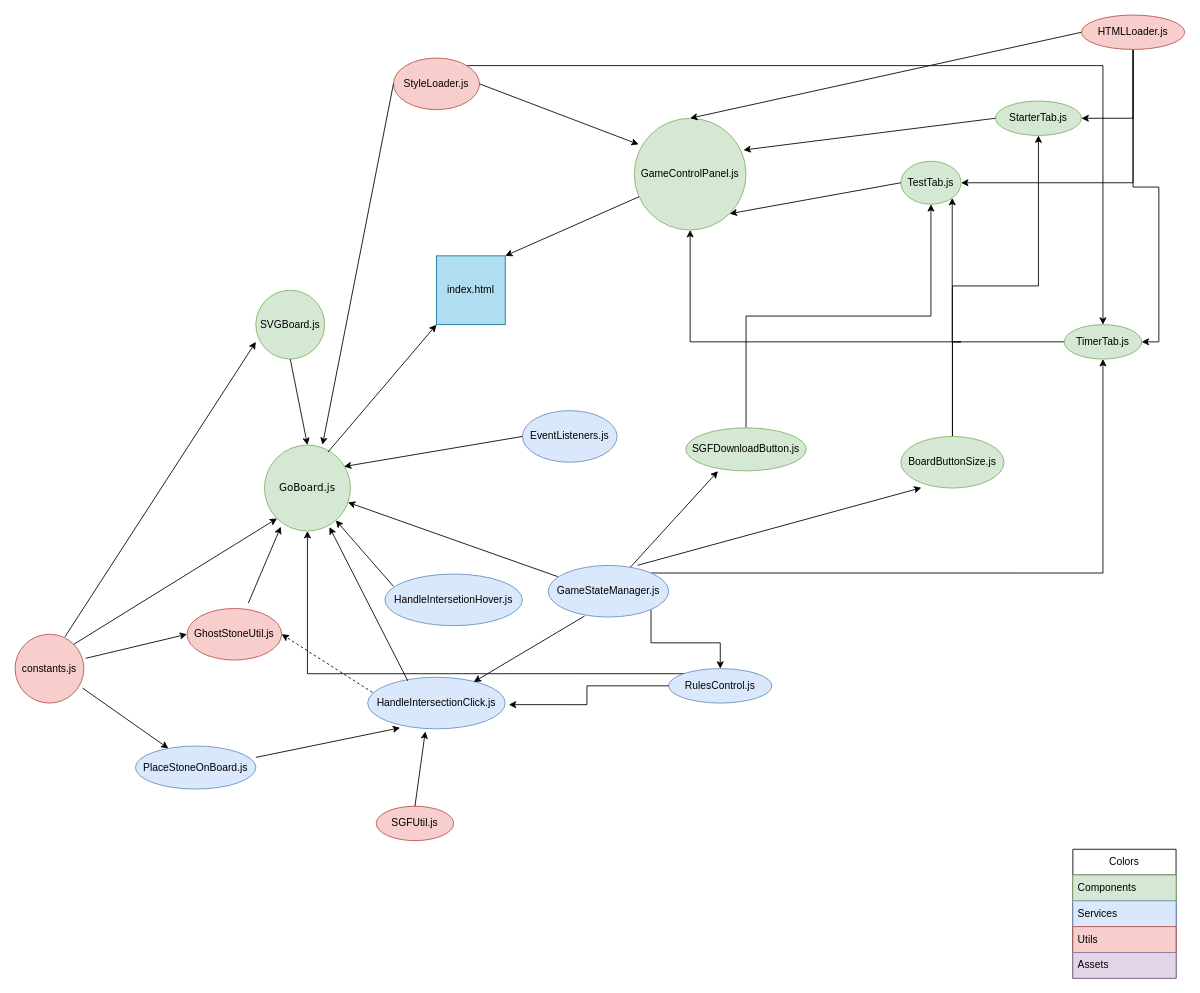
enokiLucas/Diagrams keeps this draw.io diagram as WebGo.drawio. Above is the earlier version. Source tidied: cells renumbered, new cells numbered last; positions are measured from the earlier drawing's top-left corner, leaving out a move shared by most shapes. Both pictures are drawn from the tidied source at 86%, with x=0, y=0 at pixel (15, 15).
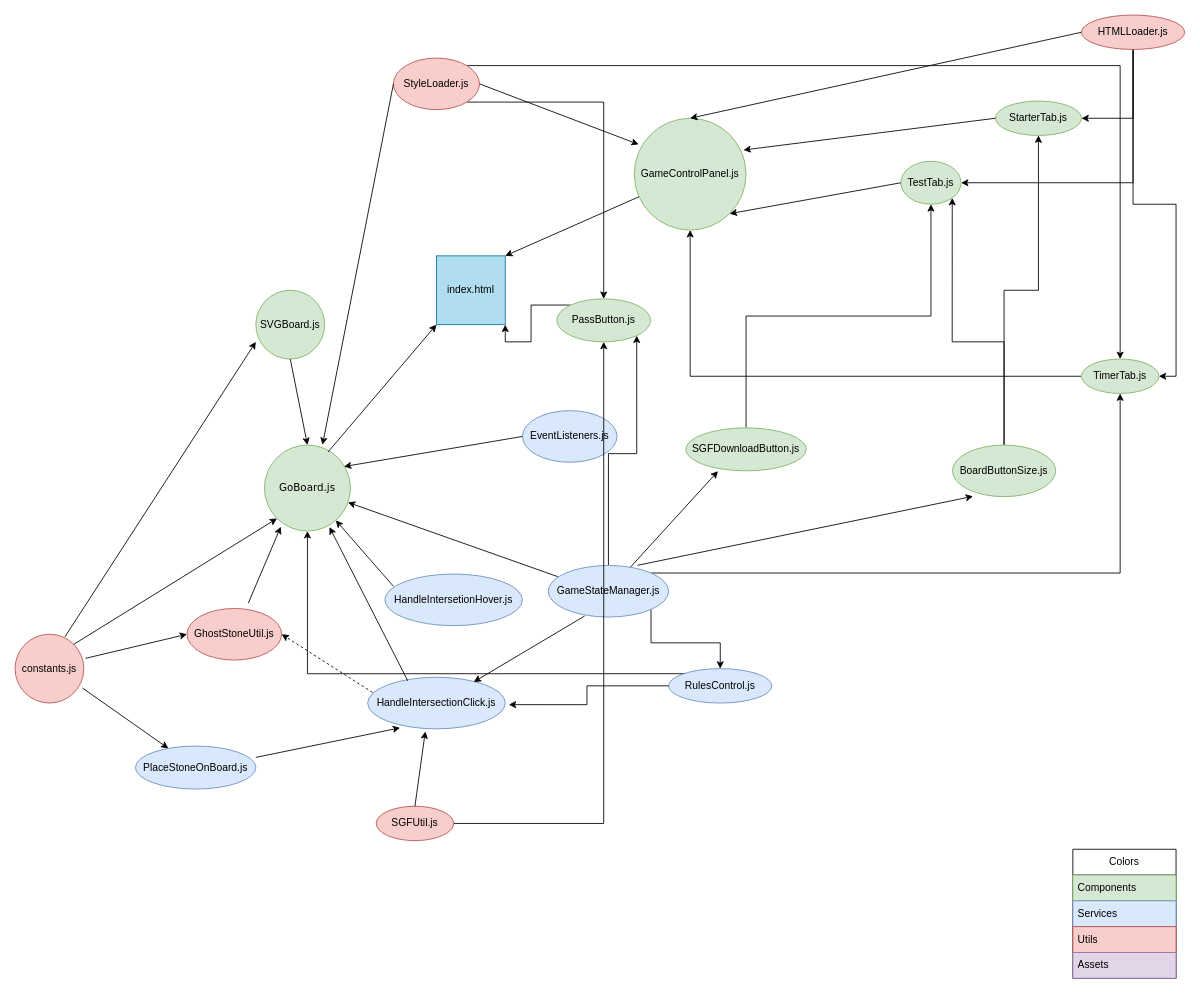
The same diagram, later.

Unchanged cells that the change refers to:
```xml
<mxCell id="11" value="index.html" style="whiteSpace=wrap;html=1;fillColor=#b1ddf0;strokeColor=#10739e;" parent="1" vertex="1">
  <mxGeometry x="490" y="280" width="80" height="80" as="geometry" />
</mxCell>
<mxCell id="17" value="StyleLoader.js" style="ellipse;whiteSpace=wrap;html=1;fillColor=#f8cecc;strokeColor=#b85450;" parent="1" vertex="1">
  <mxGeometry x="440" y="50" width="100" height="60" as="geometry" />
</mxCell>
<mxCell id="29" value="GameStateManager.js" style="ellipse;whiteSpace=wrap;html=1;fillColor=#dae8fc;strokeColor=#6c8ebf;" parent="1" vertex="1">
  <mxGeometry x="620" y="640" width="140" height="60" as="geometry" />
</mxCell>
<mxCell id="39" value="SGFUtil.js" style="ellipse;whiteSpace=wrap;html=1;fillColor=#f8cecc;strokeColor=#b85450;" parent="1" vertex="1">
  <mxGeometry x="420" y="920" width="90" height="40" as="geometry" />
</mxCell>
```

What changed in the source:
```diff
@@
     <mxCell id="15" value="BoardButtonSize.js" style="ellipse;whiteSpace=wrap;html=1;fillColor=#d5e8d4;strokeColor=#82b366;" parent="1" vertex="1">
-      <mxGeometry x="1030" y="490" width="120" height="60" as="geometry" />
+      <mxGeometry x="1090" y="500" width="120" height="60" as="geometry" />
     </mxCell>
@@
+    <mxCell id="62" style="edgeStyle=orthogonalEdgeStyle;rounded=0;jettySize=auto;html=1;exitX=1;exitY=1;exitDx=0;exitDy=0;entryX=0.5;entryY=0;entryDx=0;entryDy=0;" parent="1" edge="1" source="17" target="66">
+      <mxGeometry relative="1" as="geometry" />
+    </mxCell>
@@
+    <mxCell id="63" style="edgeStyle=orthogonalEdgeStyle;rounded=0;jettySize=auto;html=1;exitX=0.5;exitY=0;exitDx=0;exitDy=0;entryX=1;entryY=1;entryDx=0;entryDy=0;" parent="1" edge="1" source="29" target="66">
+      <mxGeometry relative="1" as="geometry" />
+    </mxCell>
@@
+    <mxCell id="64" style="edgeStyle=orthogonalEdgeStyle;rounded=0;jettySize=auto;html=1;exitX=1;exitY=0.5;exitDx=0;exitDy=0;" parent="1" edge="1" source="39" target="66">
+      <mxGeometry relative="1" as="geometry" />
+    </mxCell>
@@
     <mxCell id="58" value="TimerTab.js" style="ellipse;whiteSpace=wrap;html=1;fillColor=#d5e8d4;strokeColor=#82b366;" parent="1" vertex="1">
-      <mxGeometry x="1220" y="360" width="90" height="40" as="geometry" />
+      <mxGeometry x="1240" y="400" width="90" height="40" as="geometry" />
     </mxCell>
@@
+    <mxCell id="65" style="edgeStyle=orthogonalEdgeStyle;rounded=0;jettySize=auto;html=1;exitX=0;exitY=0;exitDx=0;exitDy=0;entryX=1;entryY=1;entryDx=0;entryDy=0;" parent="1" edge="1" source="66" target="11">
+      <mxGeometry relative="1" as="geometry" />
+    </mxCell>
+    <mxCell id="66" value="PassButton.js" style="ellipse;whiteSpace=wrap;html=1;fillColor=#d5e8d4;strokeColor=#82b366;" parent="1" vertex="1">
+      <mxGeometry x="630" y="330" width="109" height="50" as="geometry" />
+    </mxCell>
```
